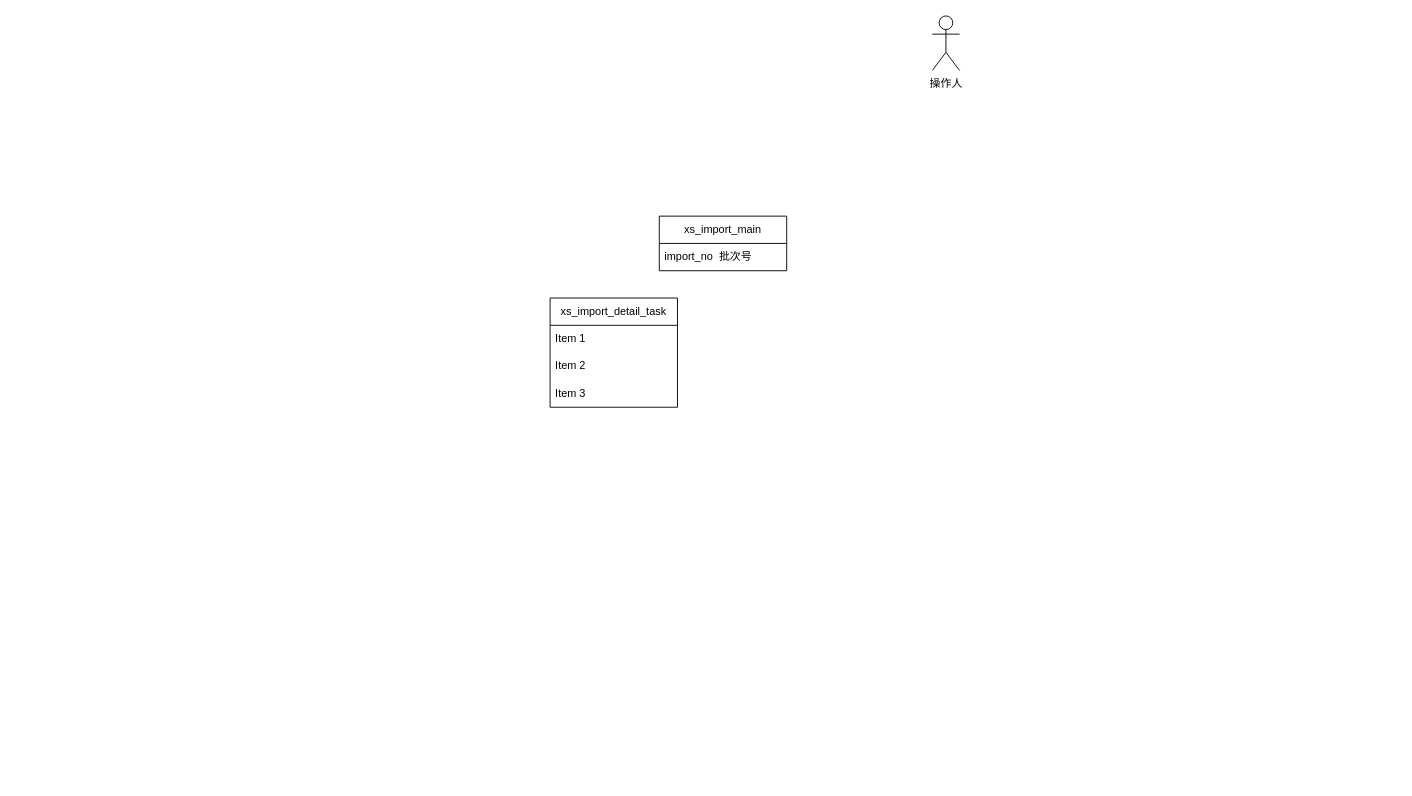
Before: Untitled Diagram.drawio in hcy973747509/draw.io, a draw.io diagram. Source tidied: cells renumbered, new cells numbered last; positions are measured from the earlier drawing's top-left corner, leaving out a move shared by most shapes. Both pictures are drawn from the tidied source at 91%, with x=0, y=0 at pixel (550, 15).
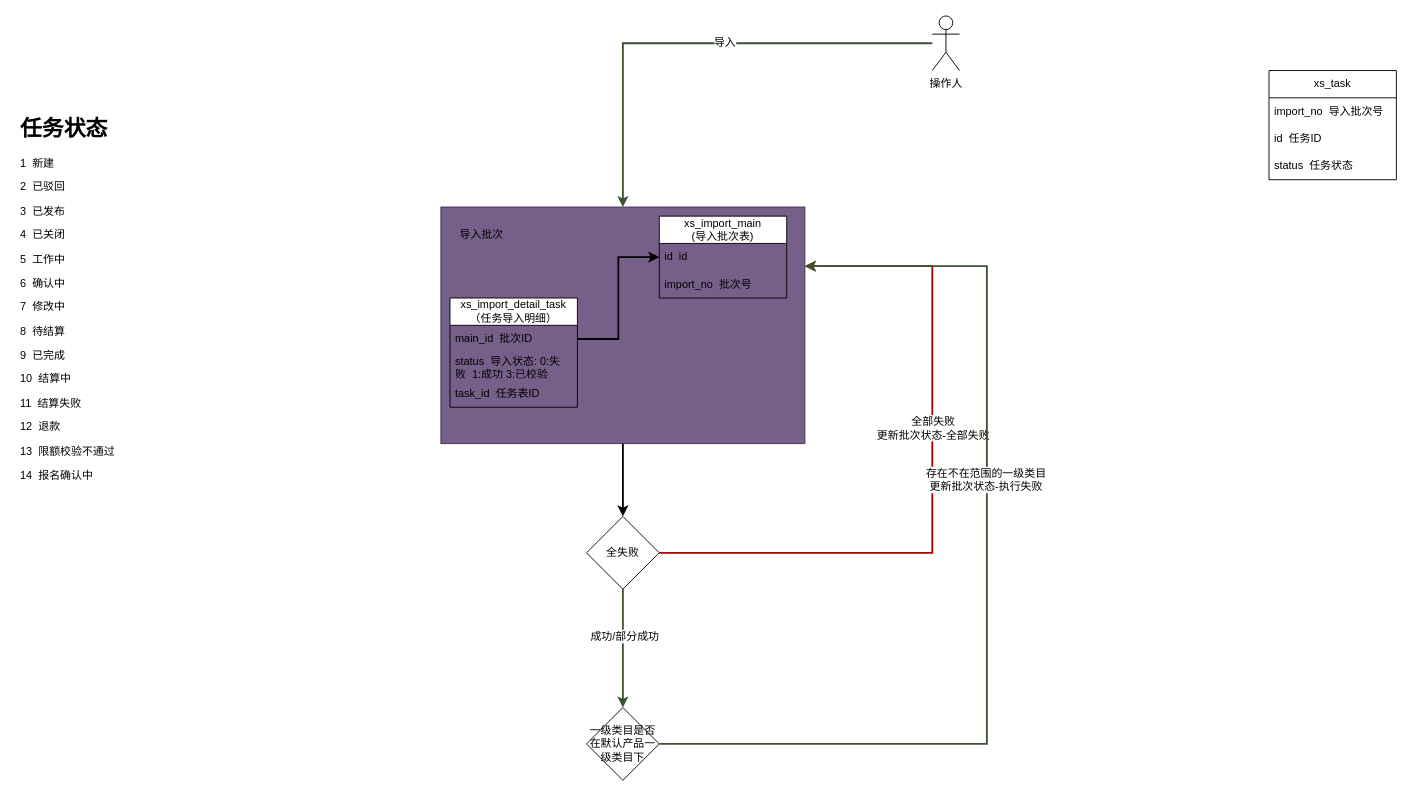
The same diagram, later.

Unchanged cells that the change refers to:
```xml
<mxCell id="2" style="shape=umlActor;verticalLabelPosition=bottom;verticalAlign=top;html=1;outlineConnect=0;" parent="1" vertex="1">
  <mxGeometry x="420" width="30" height="60" as="geometry" />
</mxCell>
```

Diff of the diagram source:
```diff
@@
+    <mxCell id="10" style="edgeStyle=orthogonalEdgeStyle;rounded=0;jettySize=auto;html=1;fontFamily=Helvetica;fontSize=12;fontColor=default;strokeWidth=2;" parent="1" edge="1" source="11" target="28">
+      <mxGeometry relative="1" as="geometry" />
+    </mxCell>
+    <mxCell id="11" style="rounded=0;whiteSpace=wrap;html=1;fontFamily=Helvetica;fontSize=12;fontColor=#ffffff;fillColor=#76608a;strokeColor=#432D57;" parent="1" vertex="1">
+      <mxGeometry x="-120" y="210" width="400" height="260" as="geometry" />
+    </mxCell>
+    <mxCell id="12" style="edgeStyle=orthogonalEdgeStyle;rounded=0;jettySize=auto;html=1;entryX=0.5;entryY=0;entryDx=0;entryDy=0;fontFamily=Helvetica;fontSize=12;fontColor=default;fillColor=#6d8764;strokeColor=#3A5431;strokeWidth=2;" parent="1" edge="1" source="2" target="11">
+      <mxGeometry relative="1" as="geometry" />
+    </mxCell>
+    <mxCell id="13" value="导入" style="edgeLabel;html=1;align=center;verticalAlign=middle;fontSize=12;fontFamily=Helvetica;fontColor=default;" parent="12" vertex="1">
+      <mxGeometry x="-0.12" y="-1" relative="1" as="geometry" />
+    </mxCell>
@@
-    <mxCell id="4" value="xs_import_main" style="swimlane;fontStyle=0;horizontal=1;startSize=30;whiteSpace=wrap;html=1;" parent="1" vertex="1">
-      <mxGeometry x="120" y="220" width="140" height="60" as="geometry" />
+    <mxCell id="4" value="xs_import_main&lt;br&gt;(导入批次表)" style="swimlane;fontStyle=0;horizontal=1;startSize=30;whiteSpace=wrap;html=1;" parent="1" vertex="1">
+      <mxGeometry x="120" y="220" width="140" height="90" as="geometry" />
     </mxCell>
+    <mxCell id="14" value="id&amp;nbsp; id" style="text;strokeColor=none;fillColor=none;align=left;verticalAlign=middle;spacingLeft=4;spacingRight=4;overflow=hidden;points=[[0,0.5],[1,0.5]];portConstraint=eastwest;whiteSpace=wrap;html=1;" parent="4" vertex="1">
+      <mxGeometry y="30" width="140" height="30" as="geometry" />
+    </mxCell>
     <mxCell id="5" value="import_no&amp;nbsp;&amp;nbsp;批次号" style="text;strokeColor=none;fillColor=none;align=left;verticalAlign=middle;spacingLeft=4;spacingRight=4;overflow=hidden;whiteSpace=wrap;html=1;" parent="4" vertex="1">
-      <mxGeometry y="30" width="140" height="30" as="geometry" />
+      <mxGeometry y="60" width="140" height="30" as="geometry" />
     </mxCell>
-    <mxCell id="6" value="xs_import_detail_task" style="swimlane;fontStyle=0;horizontal=1;startSize=30;whiteSpace=wrap;html=1;" parent="1" vertex="1">
-      <mxGeometry y="310" width="140" height="120" as="geometry" />
+    <mxCell id="6" value="xs_import_detail_task（任务导入明细）" style="swimlane;fontStyle=0;horizontal=1;startSize=30;whiteSpace=wrap;html=1;" parent="1" vertex="1">
+      <mxGeometry x="-110" y="310" width="140" height="120" as="geometry" />
     </mxCell>
+    <mxCell id="15" value="main_id&amp;nbsp; 批次ID" style="text;strokeColor=none;fillColor=none;align=left;verticalAlign=middle;spacingLeft=4;spacingRight=4;overflow=hidden;points=[[0,0.5],[1,0.5]];portConstraint=eastwest;whiteSpace=wrap;html=1;" parent="6" vertex="1">
+      <mxGeometry y="30" width="140" height="30" as="geometry" />
+    </mxCell>
+    <mxCell id="16" value="status&amp;nbsp;&amp;nbsp;导入状态: 0:失败&amp;nbsp; 1:成功 3:已校验" style="text;strokeColor=none;fillColor=none;align=left;verticalAlign=middle;spacingLeft=4;spacingRight=4;overflow=hidden;whiteSpace=wrap;html=1;" parent="6" vertex="1">
+      <mxGeometry y="60" width="140" height="30" as="geometry" />
+    </mxCell>
-    <mxCell id="7" value="Item 1" style="text;strokeColor=none;fillColor=none;align=left;verticalAlign=middle;spacingLeft=4;spacingRight=4;overflow=hidden;whiteSpace=wrap;html=1;" parent="6" vertex="1">
-      <mxGeometry y="30" width="140" height="30" as="geometry" />
+    <mxCell id="7" value="task_id&amp;nbsp; 任务表ID" style="text;strokeColor=none;fillColor=none;align=left;verticalAlign=middle;spacingLeft=4;spacingRight=4;overflow=hidden;whiteSpace=wrap;html=1;" parent="6" vertex="1">
+      <mxGeometry y="90" width="140" height="30" as="geometry" />
     </mxCell>
-    <mxCell id="8" value="Item 2" style="text;strokeColor=none;fillColor=none;align=left;verticalAlign=middle;spacingLeft=4;spacingRight=4;overflow=hidden;whiteSpace=wrap;html=1;" parent="6" vertex="1">
-      <mxGeometry y="60" width="140" height="30" as="geometry" />
-    </mxCell>
-    <mxCell id="9" value="Item 3" style="text;strokeColor=none;fillColor=none;align=left;verticalAlign=middle;spacingLeft=4;spacingRight=4;overflow=hidden;whiteSpace=wrap;html=1;" parent="6" vertex="1">
-      <mxGeometry y="90" width="140" height="30" as="geometry" />
-    </mxCell>
+    <mxCell id="17" style="edgeStyle=orthogonalEdgeStyle;rounded=0;jettySize=auto;html=1;entryX=0;entryY=0.5;entryDx=0;entryDy=0;fontFamily=Helvetica;fontSize=12;fontColor=default;strokeWidth=2;" parent="1" edge="1" source="15" target="14">
+      <mxGeometry relative="1" as="geometry" />
+    </mxCell>
+    <mxCell id="18" value="xs_task" style="swimlane;fontStyle=0;horizontal=1;startSize=30;whiteSpace=wrap;html=1;fontFamily=Helvetica;fontSize=12;fontColor=default;fillColor=none;gradientColor=none;" parent="1" vertex="1">
+      <mxGeometry x="790" y="60" width="140" height="120" as="geometry" />
+    </mxCell>
+    <mxCell id="19" value="import_no&amp;nbsp; 导入批次号" style="text;strokeColor=none;fillColor=none;align=left;verticalAlign=middle;spacingLeft=4;spacingRight=4;overflow=hidden;whiteSpace=wrap;html=1;fontSize=12;fontFamily=Helvetica;fontColor=default;" parent="18" vertex="1">
+      <mxGeometry y="30" width="140" height="30" as="geometry" />
+    </mxCell>
+    <mxCell id="20" value="id&amp;nbsp; 任务ID" style="text;strokeColor=none;fillColor=none;align=left;verticalAlign=middle;spacingLeft=4;spacingRight=4;overflow=hidden;whiteSpace=wrap;html=1;fontSize=12;fontFamily=Helvetica;fontColor=default;" parent="18" vertex="1">
+      <mxGeometry y="60" width="140" height="30" as="geometry" />
+    </mxCell>
+    <mxCell id="21" value="status&amp;nbsp; 任务状态" style="text;strokeColor=none;fillColor=none;align=left;verticalAlign=middle;spacingLeft=4;spacingRight=4;overflow=hidden;whiteSpace=wrap;html=1;fontSize=12;fontFamily=Helvetica;fontColor=default;" parent="18" vertex="1">
+      <mxGeometry y="90" width="140" height="30" as="geometry" />
+    </mxCell>
+    <mxCell id="22" value="&lt;h1&gt;任务状态&lt;/h1&gt;&lt;p&gt;1&amp;nbsp; 新建&lt;/p&gt;&lt;p&gt;2&amp;nbsp;&amp;nbsp;已驳回&lt;/p&gt;&lt;p&gt;3&amp;nbsp;&amp;nbsp;已发布&lt;/p&gt;&lt;p&gt;4&amp;nbsp;&amp;nbsp;已关闭&lt;/p&gt;&lt;p&gt;5&amp;nbsp;&amp;nbsp;工作中&lt;/p&gt;&lt;p&gt;6&amp;nbsp;&amp;nbsp;确认中&lt;/p&gt;&lt;p&gt;7&amp;nbsp;&amp;nbsp;修改中&lt;/p&gt;&lt;p&gt;8&amp;nbsp;&amp;nbsp;待结算&lt;/p&gt;&lt;p&gt;9&amp;nbsp;&amp;nbsp;已完成&lt;/p&gt;&lt;p&gt;10&amp;nbsp; 结算中&lt;/p&gt;&lt;p&gt;11&amp;nbsp;&amp;nbsp;结算失败&lt;/p&gt;&lt;p&gt;12&amp;nbsp;&amp;nbsp;退款&lt;/p&gt;&lt;p&gt;13&amp;nbsp;&amp;nbsp;限额校验不通过&lt;/p&gt;&lt;p&gt;14&amp;nbsp;&amp;nbsp;报名确认中&lt;/p&gt;&lt;p&gt;&lt;br&gt;&lt;/p&gt;&lt;p&gt;&lt;br&gt;&lt;/p&gt;&lt;p&gt;&lt;br&gt;&lt;/p&gt;&lt;p&gt;&lt;br&gt;&lt;/p&gt;&lt;p&gt;&lt;br&gt;&lt;/p&gt;" style="text;html=1;strokeColor=none;fillColor=none;spacing=5;spacingTop=-20;whiteSpace=wrap;overflow=hidden;rounded=0;fontSize=12;fontFamily=Helvetica;fontColor=default;" parent="1" vertex="1">
+      <mxGeometry x="-587" y="104" width="130" height="420" as="geometry" />
+    </mxCell>
+    <mxCell id="23" value="导入批次" style="text;html=1;strokeColor=none;fillColor=none;align=center;verticalAlign=middle;whiteSpace=wrap;rounded=0;fontSize=12;fontFamily=Helvetica;fontColor=default;" parent="1" vertex="1">
+      <mxGeometry x="-110" y="220" width="70" height="40" as="geometry" />
+    </mxCell>
+    <mxCell id="24" style="edgeStyle=orthogonalEdgeStyle;rounded=0;jettySize=auto;html=1;entryX=1;entryY=0.25;entryDx=0;entryDy=0;fontFamily=Helvetica;fontSize=12;fontColor=default;fillColor=#e51400;strokeColor=#B20000;strokeWidth=2;" parent="1" edge="1" source="28" target="11">
+      <mxGeometry relative="1" as="geometry">
+        <Array as="points">
+          <mxPoint x="420" y="590" />
+          <mxPoint x="420" y="275" />
+        </Array>
+      </mxGeometry>
+    </mxCell>
+    <mxCell id="25" value="全部失败&lt;br&gt;更新批次状态-全部失败" style="edgeLabel;html=1;align=center;verticalAlign=middle;fontSize=12;fontFamily=Helvetica;fontColor=default;" parent="24" vertex="1">
+      <mxGeometry x="0.16" relative="1" as="geometry" />
+    </mxCell>
+    <mxCell id="26" style="edgeStyle=orthogonalEdgeStyle;rounded=0;jettySize=auto;html=1;fontFamily=Helvetica;fontSize=12;fontColor=default;fillColor=#6d8764;strokeColor=#3A5431;entryX=0.5;entryY=0;entryDx=0;entryDy=0;strokeWidth=2;" parent="1" edge="1" source="28" target="31">
+      <mxGeometry relative="1" as="geometry" />
+    </mxCell>
+    <mxCell id="27" value="成功/部分成功" style="edgeLabel;html=1;align=center;verticalAlign=middle;fontSize=12;fontFamily=Helvetica;fontColor=default;" parent="26" vertex="1">
+      <mxGeometry x="-0.22" y="1" relative="1" as="geometry" />
+    </mxCell>
+    <mxCell id="28" value="全失败" style="rhombus;whiteSpace=wrap;html=1;fontFamily=Helvetica;fontSize=12;fontColor=default;fillColor=none;gradientColor=none;" parent="1" vertex="1">
+      <mxGeometry x="40" y="550" width="80" height="80" as="geometry" />
+    </mxCell>
+    <mxCell id="29" style="edgeStyle=orthogonalEdgeStyle;rounded=0;jettySize=auto;html=1;entryX=1;entryY=0.25;entryDx=0;entryDy=0;fontFamily=Helvetica;fontSize=12;fontColor=default;fillColor=#6d8764;strokeColor=#3A5431;exitX=1;exitY=0.5;exitDx=0;exitDy=0;strokeWidth=2;" parent="1" edge="1" source="31" target="11">
+      <mxGeometry relative="1" as="geometry">
+        <Array as="points">
+          <mxPoint x="480" y="800" />
+          <mxPoint x="480" y="275" />
+        </Array>
+      </mxGeometry>
+    </mxCell>
+    <mxCell id="30" value="存在不在范围的一级类目&lt;br&gt;更新批次状态-执行失败" style="edgeLabel;html=1;align=center;verticalAlign=middle;fontSize=12;fontFamily=Helvetica;fontColor=default;" parent="29" vertex="1">
+      <mxGeometry x="0.2" y="2" relative="1" as="geometry" />
+    </mxCell>
+    <mxCell id="31" value="一级类目是否在默认产品一级类目下" style="rhombus;whiteSpace=wrap;html=1;fontFamily=Helvetica;fontSize=12;fontColor=default;fillColor=none;gradientColor=none;" parent="1" vertex="1">
+      <mxGeometry x="40" y="760" width="80" height="80" as="geometry" />
+    </mxCell>
```
